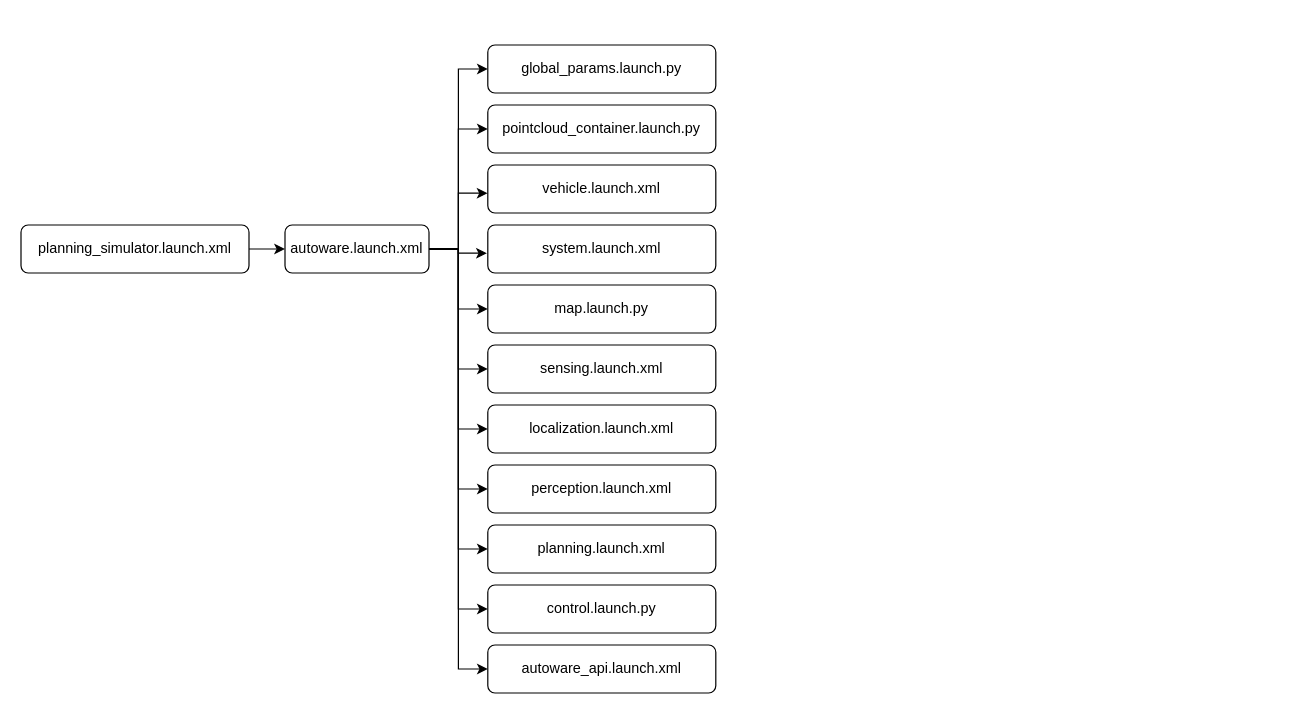
This is autoware_launch.drawio from countsp/byd_autoware, a draw.io file, before an edit. Source tidied: cells renumbered, new cells numbered last; positions are measured from the earlier drawing's top-left corner, leaving out a move shared by most shapes. Both pictures are drawn from the tidied source at 120%, with x=0, y=0 at pixel (20, 44).
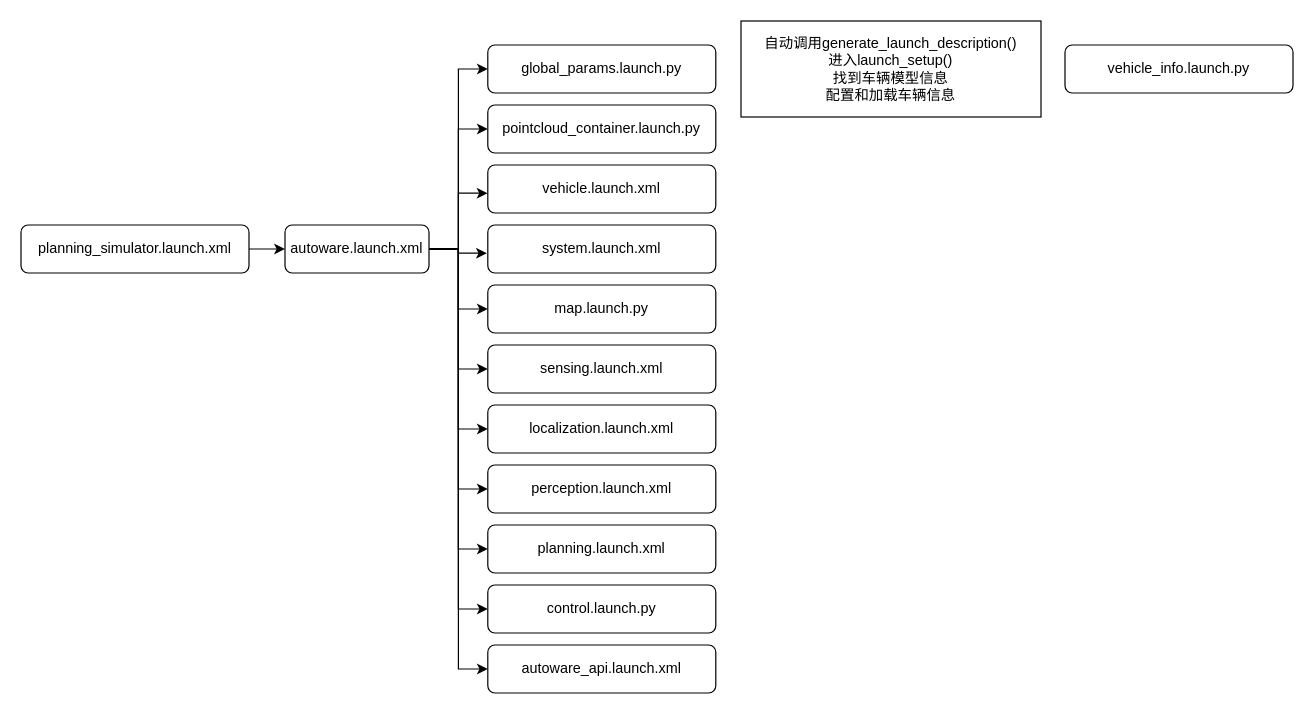
The same diagram, later.

Diff of the diagram source:
```diff
@@
+    <mxCell id="27" value="&lt;div&gt;自动调用generate_launch_description()&lt;/div&gt;&lt;div&gt;进入launch_setup()&lt;/div&gt;&lt;div&gt;找到车辆模型信息&lt;br&gt;&lt;/div&gt;&lt;div&gt;配置和加载车辆信息&lt;/div&gt;" style="rounded=0;whiteSpace=wrap;html=1;" parent="1" vertex="1">
+      <mxGeometry x="600" y="-20" width="250" height="80" as="geometry" />
+    </mxCell>
+    <mxCell id="28" value="vehicle_info.launch.py" style="rounded=1;whiteSpace=wrap;html=1;fontSize=12;glass=0;strokeWidth=1;shadow=0;" parent="1" vertex="1">
+      <mxGeometry x="870" width="190" height="40" as="geometry" />
+    </mxCell>
```
